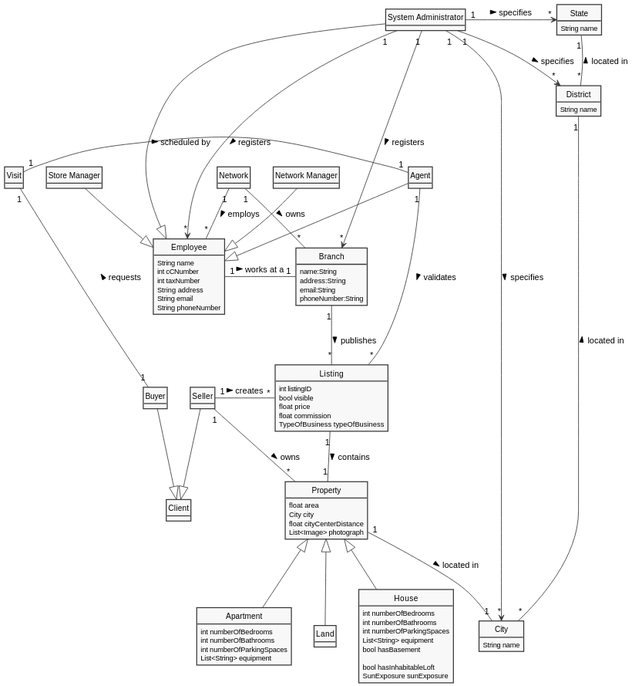
Above: docs/sprintB/global-artifacts/02.analysis/svg/project-domain-model.svg in tiagohcorreia/LAPR2 (PlantUML), before the change.
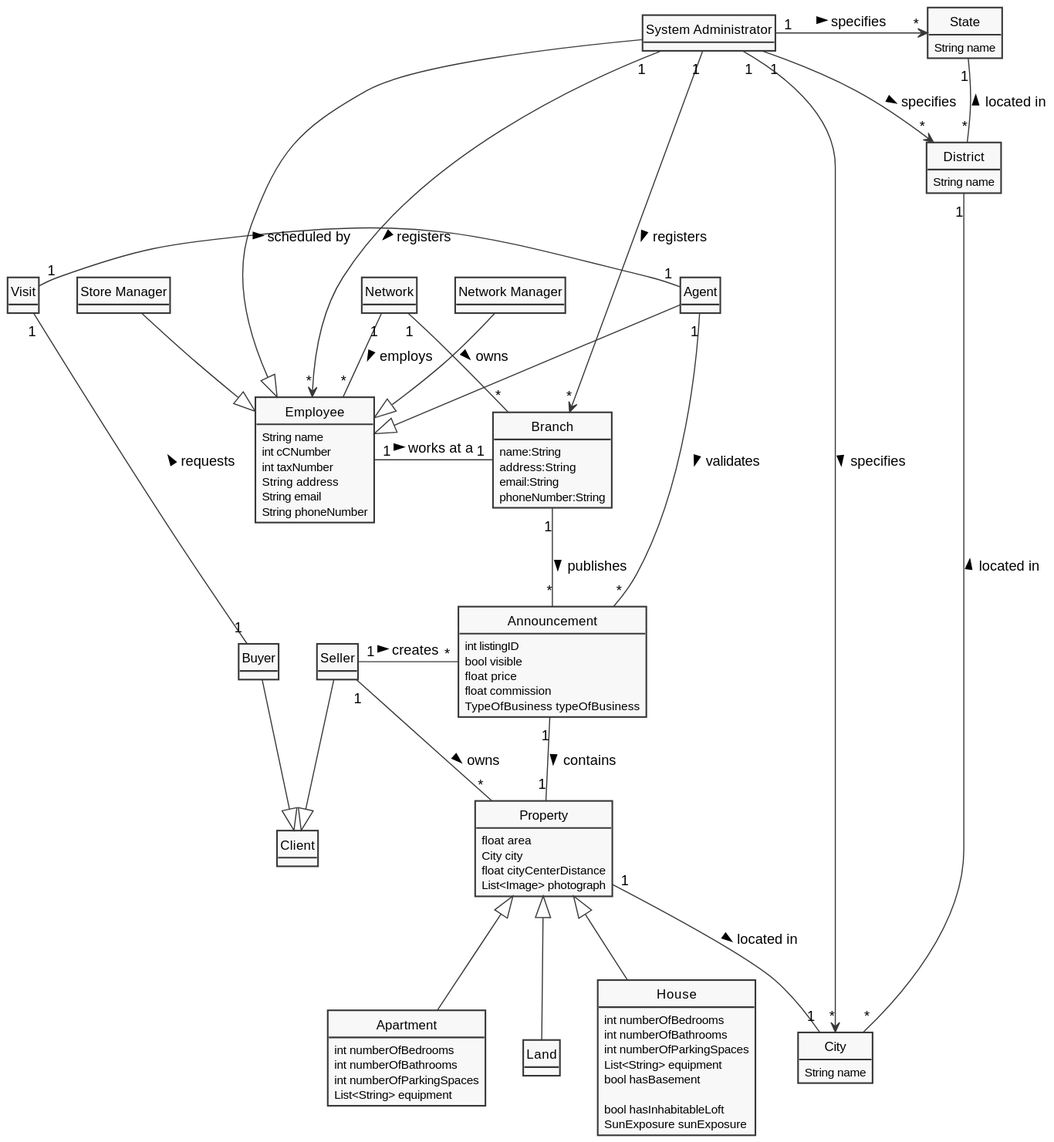
After the commit.

Diff of the diagram source:
```diff
@@ -11,8 +11,8 @@
 
 
 Network "1" -- "*" Branch: owns >
-Branch "1" -- "*" Listing: publishes >
-Listing "1" -- "1" Property: contains >
+Branch "1" -- "*" Announcement: publishes >
+Announcement "1" -- "1" Property: contains >
 
 Network "1" -- "*" Employee: employs >
 
@@ -44,8 +44,8 @@
 }
 
 Seller "1" - "*" Property: owns >
-Seller "1" - "*" Listing: creates >
-Agent "1" - "*" Listing: validates >
+Seller "1" - "*" Announcement: creates >
+Agent "1" - "*" Announcement: validates >
 Visit "1" - "1" Buyer: requests <
 Visit "1" - "1" Agent: scheduled by >
 
@@ -94,7 +94,7 @@
 
 }
 
-class Listing{
+class Announcement{
 int listingID
 bool visible
 float price
```
